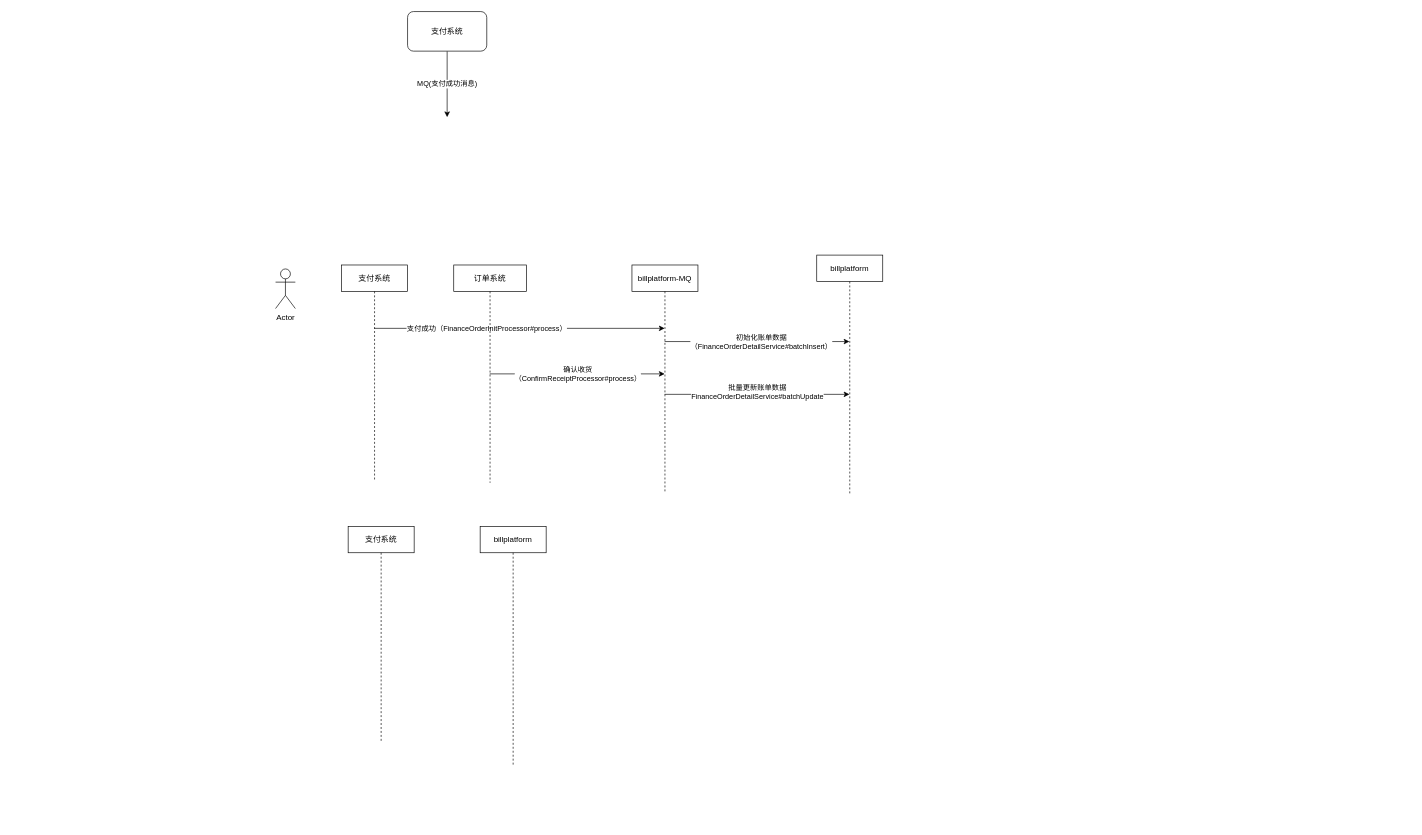
Earlier version of the draw.io diagram 婚奢汇业务流程图/分账账单业务.drawio (YYB1024/myRemoteRepo). Source tidied: cells renumbered, new cells numbered last; positions are measured from the earlier drawing's top-left corner, leaving out a move shared by most shapes. Both pictures are drawn from the tidied source at 66%, with x=0, y=0 at pixel (275, 11).
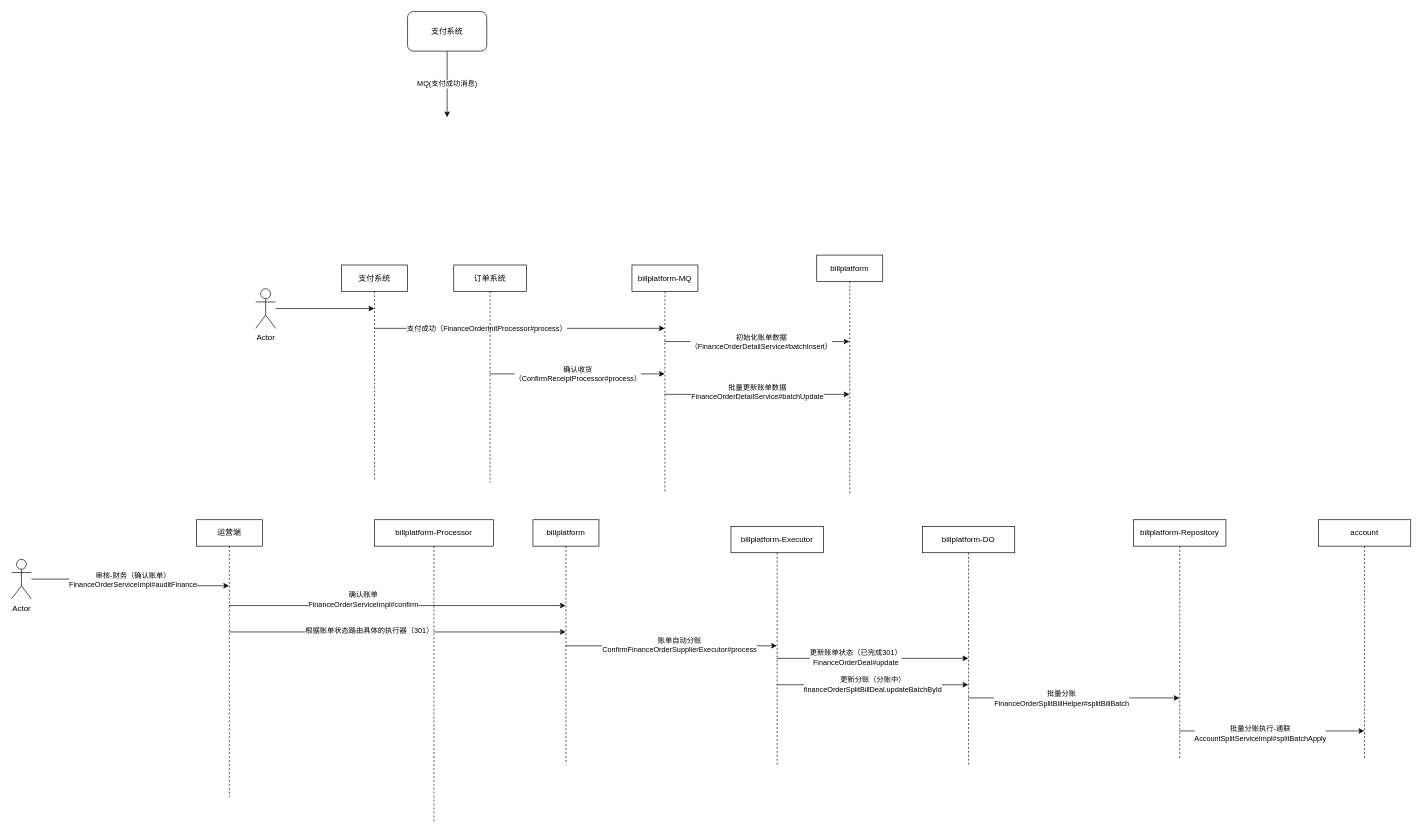
The same page after the edit.

Commit message (it also covers changes not shown here):
更新分账账单业务.drawio

Unchanged cells that the change refers to:
```xml
<mxCell id="7" value="支付系统" style="shape=umlLifeline;perimeter=lifelinePerimeter;whiteSpace=wrap;html=1;outlineConnect=0;portConstraint=eastwest;newEdgeStyle={&quot;edgeStyle&quot;:&quot;elbowEdgeStyle&quot;,&quot;elbow&quot;:&quot;vertical&quot;,&quot;curved&quot;:0,&quot;rounded&quot;:0};" parent="1" vertex="1">
  <mxGeometry x="100" y="384" width="100" height="326" as="geometry" />
</mxCell>
```

The edit, as a diff of the source:
```diff
@@
+    <mxCell id="18" style="edgeStyle=orthogonalEdgeStyle;rounded=0;jettySize=auto;html=1;" parent="1" edge="1" source="4" target="7">
+      <mxGeometry relative="1" as="geometry">
+        <Array as="points">
+          <mxPoint x="90" y="450" />
+          <mxPoint x="90" y="450" />
+        </Array>
+      </mxGeometry>
+    </mxCell>
     <mxCell id="4" value="Actor" style="shape=umlActor;verticalLabelPosition=bottom;verticalAlign=top;html=1;" parent="1" vertex="1">
-      <mxGeometry y="390" width="30" height="60" as="geometry" />
+      <mxGeometry x="-30" y="420" width="30" height="60" as="geometry" />
     </mxCell>
@@
+    <mxCell id="19" style="edgeStyle=elbowEdgeStyle;rounded=0;jettySize=auto;html=1;elbow=vertical;curved=0;" parent="1" edge="1" source="16" target="17">
+      <mxGeometry relative="1" as="geometry">
+        <Array as="points">
+          <mxPoint x="300" y="900" />
+        </Array>
+      </mxGeometry>
+    </mxCell>
+    <mxCell id="20" value="确认账单&lt;br&gt;FinanceOrderServiceImpl#confirm" style="edgeLabel;html=1;align=center;verticalAlign=middle;" parent="19" vertex="1">
+      <mxGeometry x="-0.37" relative="1" as="geometry">
+        <mxPoint x="42" y="-10" as="offset" />
+      </mxGeometry>
+    </mxCell>
+    <mxCell id="21" style="edgeStyle=elbowEdgeStyle;rounded=0;jettySize=auto;html=1;elbow=vertical;curved=0;" parent="1" edge="1" source="16" target="17">
+      <mxGeometry relative="1" as="geometry">
+        <Array as="points">
+          <mxPoint x="30" y="940" />
+        </Array>
+      </mxGeometry>
+    </mxCell>
+    <mxCell id="22" value="根据账单状态路由具体的执行器（301）" style="edgeLabel;html=1;align=center;verticalAlign=middle;" parent="21" vertex="1">
+      <mxGeometry x="-0.38" y="3" relative="1" as="geometry">
+        <mxPoint x="54" as="offset" />
+      </mxGeometry>
+    </mxCell>
-    <mxCell id="16" value="支付系统" style="shape=umlLifeline;perimeter=lifelinePerimeter;whiteSpace=wrap;html=1;outlineConnect=0;portConstraint=eastwest;newEdgeStyle={&quot;edgeStyle&quot;:&quot;elbowEdgeStyle&quot;,&quot;elbow&quot;:&quot;vertical&quot;,&quot;curved&quot;:0,&quot;rounded&quot;:0};" parent="1" vertex="1">
-      <mxGeometry x="110" y="780" width="100" height="326" as="geometry" />
+    <mxCell id="16" value="运营端" style="shape=umlLifeline;perimeter=lifelinePerimeter;whiteSpace=wrap;html=1;outlineConnect=0;portConstraint=eastwest;newEdgeStyle={&quot;edgeStyle&quot;:&quot;elbowEdgeStyle&quot;,&quot;elbow&quot;:&quot;vertical&quot;,&quot;curved&quot;:0,&quot;rounded&quot;:0};" parent="1" vertex="1">
+      <mxGeometry x="-120" y="770" width="100" height="420" as="geometry" />
     </mxCell>
+    <mxCell id="23" style="edgeStyle=elbowEdgeStyle;rounded=0;jettySize=auto;html=1;elbow=vertical;curved=0;" parent="1" edge="1" source="17" target="31">
+      <mxGeometry relative="1" as="geometry" />
+    </mxCell>
+    <mxCell id="24" value="账单自动分账&lt;br&gt;ConfirmFinanceOrderSupplierExecutor#process" style="edgeLabel;html=1;align=center;verticalAlign=middle;" parent="23" vertex="1">
+      <mxGeometry x="-0.24" y="2" relative="1" as="geometry">
+        <mxPoint x="50" as="offset" />
+      </mxGeometry>
+    </mxCell>
     <mxCell id="17" value="billplatform" style="shape=umlLifeline;perimeter=lifelinePerimeter;whiteSpace=wrap;html=1;outlineConnect=0;portConstraint=eastwest;newEdgeStyle={&quot;edgeStyle&quot;:&quot;elbowEdgeStyle&quot;,&quot;elbow&quot;:&quot;vertical&quot;,&quot;curved&quot;:0,&quot;rounded&quot;:0};" parent="1" vertex="1">
-      <mxGeometry x="310" y="780" width="100" height="361" as="geometry" />
+      <mxGeometry x="390" y="770" width="100" height="371" as="geometry" />
     </mxCell>
+    <mxCell id="25" style="edgeStyle=orthogonalEdgeStyle;rounded=0;jettySize=auto;html=1;" parent="1" edge="1" source="27" target="16">
+      <mxGeometry relative="1" as="geometry">
+        <Array as="points">
+          <mxPoint x="-230" y="860" />
+          <mxPoint x="-230" y="870" />
+        </Array>
+      </mxGeometry>
+    </mxCell>
+    <mxCell id="26" value="审核-财务（确认账单）&lt;br&gt;FinanceOrderServiceImpl#auditFinance" style="edgeLabel;html=1;align=center;verticalAlign=middle;" parent="25" vertex="1">
+      <mxGeometry x="-0.66" y="-3" relative="1" as="geometry">
+        <mxPoint x="100" y="-3" as="offset" />
+      </mxGeometry>
+    </mxCell>
+    <mxCell id="27" value="Actor" style="shape=umlActor;verticalLabelPosition=bottom;verticalAlign=top;html=1;" parent="1" vertex="1">
+      <mxGeometry x="-400" y="830" width="30" height="60" as="geometry" />
+    </mxCell>
+    <mxCell id="28" style="edgeStyle=elbowEdgeStyle;rounded=0;jettySize=auto;html=1;elbow=vertical;curved=0;" parent="1" edge="1" source="31" target="34">
+      <mxGeometry relative="1" as="geometry">
+        <Array as="points">
+          <mxPoint x="885" y="980" />
+        </Array>
+      </mxGeometry>
+    </mxCell>
+    <mxCell id="29" value="更新账单状态（已完成301）&lt;br&gt;FinanceOrderDeal#update" style="edgeLabel;html=1;align=center;verticalAlign=middle;" parent="28" vertex="1">
+      <mxGeometry x="-0.18" y="2" relative="1" as="geometry" />
+    </mxCell>
+    <mxCell id="30" value="更新分账（分账中）&lt;br&gt;financeOrderSplitBillDeal.updateBatchById" style="edgeStyle=elbowEdgeStyle;rounded=0;jettySize=auto;html=1;elbow=vertical;curved=0;" parent="1" edge="1" source="31" target="34">
+      <mxGeometry relative="1" as="geometry">
+        <Array as="points">
+          <mxPoint x="885" y="1020" />
+        </Array>
+      </mxGeometry>
+    </mxCell>
+    <mxCell id="31" value="billplatform-Executor" style="shape=umlLifeline;perimeter=lifelinePerimeter;whiteSpace=wrap;html=1;outlineConnect=0;portConstraint=eastwest;newEdgeStyle={&quot;edgeStyle&quot;:&quot;elbowEdgeStyle&quot;,&quot;elbow&quot;:&quot;vertical&quot;,&quot;curved&quot;:0,&quot;rounded&quot;:0};" parent="1" vertex="1">
+      <mxGeometry x="690" y="780" width="140" height="361" as="geometry" />
+    </mxCell>
+    <mxCell id="32" style="edgeStyle=elbowEdgeStyle;rounded=0;jettySize=auto;html=1;elbow=vertical;curved=0;" parent="1" edge="1" source="34" target="37">
+      <mxGeometry relative="1" as="geometry">
+        <Array as="points">
+          <mxPoint x="1170" y="1040" />
+        </Array>
+      </mxGeometry>
+    </mxCell>
+    <mxCell id="33" value="批量分账&lt;br&gt;FinanceOrderSplitBillHelper#splitBillBatch" style="edgeLabel;html=1;align=center;verticalAlign=middle;" parent="32" vertex="1">
+      <mxGeometry x="-0.12" relative="1" as="geometry" />
+    </mxCell>
+    <mxCell id="34" value="billplatform-DO" style="shape=umlLifeline;perimeter=lifelinePerimeter;whiteSpace=wrap;html=1;outlineConnect=0;portConstraint=eastwest;newEdgeStyle={&quot;edgeStyle&quot;:&quot;elbowEdgeStyle&quot;,&quot;elbow&quot;:&quot;vertical&quot;,&quot;curved&quot;:0,&quot;rounded&quot;:0};" parent="1" vertex="1">
+      <mxGeometry x="980" y="780" width="140" height="361" as="geometry" />
+    </mxCell>
+    <mxCell id="35" style="edgeStyle=elbowEdgeStyle;rounded=0;jettySize=auto;html=1;elbow=horizontal;curved=0;" parent="1" edge="1" source="37" target="38">
+      <mxGeometry relative="1" as="geometry">
+        <Array as="points">
+          <mxPoint x="1510" y="1090" />
+        </Array>
+      </mxGeometry>
+    </mxCell>
+    <mxCell id="36" value="批量分账执行-通联&lt;br&gt;AccountSplitServiceImpl#splitBatchApply" style="edgeLabel;html=1;align=center;verticalAlign=middle;" parent="35" vertex="1">
+      <mxGeometry x="-0.13" y="-3" relative="1" as="geometry" />
+    </mxCell>
+    <mxCell id="37" value="billplatform-Repository" style="shape=umlLifeline;perimeter=lifelinePerimeter;whiteSpace=wrap;html=1;outlineConnect=0;portConstraint=eastwest;newEdgeStyle={&quot;edgeStyle&quot;:&quot;elbowEdgeStyle&quot;,&quot;elbow&quot;:&quot;vertical&quot;,&quot;curved&quot;:0,&quot;rounded&quot;:0};" parent="1" vertex="1">
+      <mxGeometry x="1300" y="770" width="140" height="361" as="geometry" />
+    </mxCell>
+    <mxCell id="38" value="account" style="shape=umlLifeline;perimeter=lifelinePerimeter;whiteSpace=wrap;html=1;outlineConnect=0;portConstraint=eastwest;newEdgeStyle={&quot;edgeStyle&quot;:&quot;elbowEdgeStyle&quot;,&quot;elbow&quot;:&quot;vertical&quot;,&quot;curved&quot;:0,&quot;rounded&quot;:0};" parent="1" vertex="1">
+      <mxGeometry x="1580" y="770" width="140" height="361" as="geometry" />
+    </mxCell>
+    <mxCell id="39" value="billplatform-Processor" style="shape=umlLifeline;perimeter=lifelinePerimeter;whiteSpace=wrap;html=1;newEdgeStyle={&quot;edgeStyle&quot;:&quot;elbowEdgeStyle&quot;,&quot;elbow&quot;:&quot;vertical&quot;,&quot;curved&quot;:0,&quot;rounded&quot;:0};" parent="1" vertex="1">
+      <mxGeometry x="150" y="770" width="180" height="460" as="geometry" />
+    </mxCell>
```
